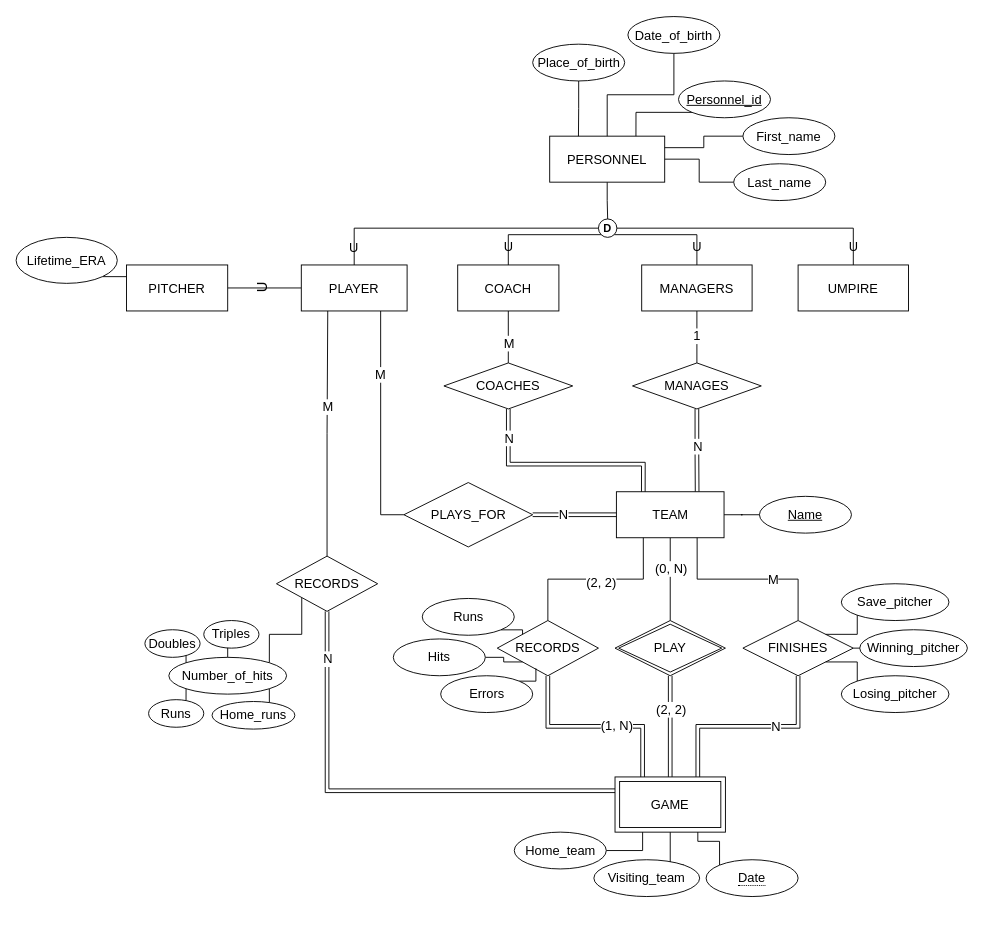
Before: page "4.30" (5 of 5) of Untitled Diagram.drawio in cloudyyoung/cpsc-471, a draw.io diagram. Source tidied: cells renumbered, new cells numbered last; positions are measured from the earlier drawing's top-left corner, leaving out a move shared by most shapes. Both pictures are drawn from the tidied source at 92%, with x=0, y=0 at pixel (16, 17).
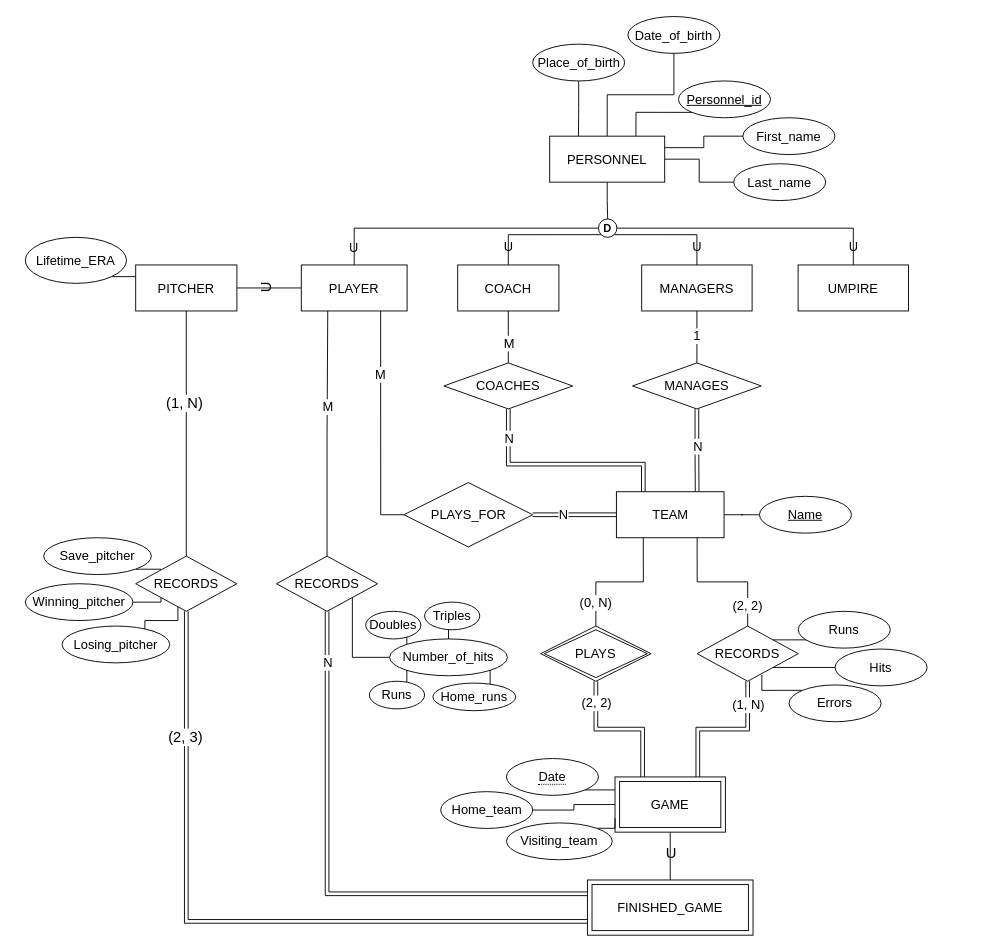
The same diagram, later.

Unchanged cells that the change refers to:
```xml
<mxCell id="33" value="PITCHER" style="whiteSpace=wrap;html=1;align=center;labelBackgroundColor=none;fontSize=14;" parent="32" vertex="1">
  <mxGeometry x="120" y="53.5" width="110" height="50" as="geometry" />
</mxCell>
<mxCell id="37" value="TEAM" style="whiteSpace=wrap;html=1;align=center;labelBackgroundColor=none;fontSize=14;" parent="36" vertex="1">
  <mxGeometry width="117" height="50" as="geometry" />
</mxCell>
<mxCell id="56" value="Number_of_hits" style="ellipse;whiteSpace=wrap;html=1;align=center;labelBackgroundColor=none;fontSize=14;" parent="55" vertex="1">
  <mxGeometry x="26" y="40" width="128" height="40" as="geometry" />
</mxCell>
<mxCell id="67" value="RECORDS" style="rhombus;whiteSpace=wrap;html=1;fontSize=14;" parent="1" vertex="1">
  <mxGeometry x="283" y="586" width="110" height="60" as="geometry" />
</mxCell>
```

Diff of the diagram source:
```diff
@@
-    <mxCell id="24" style="edgeStyle=orthogonalEdgeStyle;rounded=0;jettySize=auto;html=1;fontSize=14;endArrow=none;endFill=0;entryX=0.5;entryY=0;entryDx=0;entryDy=0;" parent="1" edge="1" source="37" target="28">
+    <mxCell id="24" style="edgeStyle=orthogonalEdgeStyle;rounded=0;jettySize=auto;html=1;fontSize=14;endArrow=none;endFill=0;entryX=0.5;entryY=0;entryDx=0;entryDy=0;exitX=0.25;exitY=1;exitDx=0;exitDy=0;" parent="1" edge="1" source="37" target="28">
       <mxGeometry relative="1" as="geometry" />
     </mxCell>
     <mxCell id="25" value="(0, N)" style="edgeLabel;html=1;align=center;verticalAlign=middle;fontSize=14;" parent="24" vertex="1">
       <mxGeometry x="-0.69" relative="1" as="geometry">
-        <mxPoint y="19" as="offset" />
+        <mxPoint x="-52" y="48" as="offset" />
       </mxGeometry>
     </mxCell>
-    <mxCell id="26" style="edgeStyle=orthogonalEdgeStyle;rounded=0;jettySize=auto;html=1;fontSize=14;endArrow=none;endFill=0;shape=link;" parent="1" edge="1" source="83" target="28">
+    <mxCell id="26" style="edgeStyle=orthogonalEdgeStyle;rounded=0;jettySize=auto;html=1;fontSize=14;endArrow=none;endFill=0;shape=link;exitX=0.25;exitY=0;exitDx=0;exitDy=0;" parent="1" edge="1" source="83" target="28">
       <mxGeometry relative="1" as="geometry" />
     </mxCell>
     <mxCell id="27" value="(2, 2)" style="edgeLabel;html=1;align=center;verticalAlign=middle;fontSize=14;" parent="26" vertex="1">
       <mxGeometry x="0.76" y="1" relative="1" as="geometry">
-        <mxPoint x="1" y="23" as="offset" />
+        <mxPoint x="1" y="5" as="offset" />
       </mxGeometry>
     </mxCell>
-    <mxCell id="28" value="PLAY" style="shape=rhombus;double=1;perimeter=rhombusPerimeter;whiteSpace=wrap;html=1;align=center;labelBackgroundColor=none;fontSize=14;" parent="1" vertex="1">
-      <mxGeometry x="651" y="656" width="120" height="60" as="geometry" />
+    <mxCell id="28" value="PLAYS" style="shape=rhombus;double=1;perimeter=rhombusPerimeter;whiteSpace=wrap;html=1;align=center;labelBackgroundColor=none;fontSize=14;" parent="1" vertex="1">
+      <mxGeometry x="570.2" y="662" width="120" height="60" as="geometry" />
     </mxCell>
@@
     <mxCell id="32" style="group;" parent="1" vertex="1">
-      <mxGeometry y="216" width="230" height="80" as="geometry" />
+      <mxGeometry x="10" y="216" width="230" height="80" as="geometry" />
     </mxCell>
@@
-    <mxCell id="54" style="edgeStyle=orthogonalEdgeStyle;rounded=0;jettySize=auto;html=1;exitX=1;exitY=0;exitDx=0;exitDy=0;entryX=0;entryY=1;entryDx=0;entryDy=0;fontSize=14;endArrow=none;endFill=0;" parent="1" edge="1" source="56" target="67">
+    <mxCell id="54" style="edgeStyle=orthogonalEdgeStyle;rounded=0;jettySize=auto;html=1;exitX=0;exitY=0.5;exitDx=0;exitDy=0;entryX=1;entryY=1;entryDx=0;entryDy=0;fontSize=14;endArrow=none;endFill=0;" parent="1" edge="1" source="56" target="67">
       <mxGeometry relative="1" as="geometry" />
     </mxCell>
     <mxCell id="55" style="group;" parent="1" vertex="1">
-      <mxGeometry x="140" y="656" width="163" height="118" as="geometry" />
+      <mxGeometry x="380" y="636" width="163" height="118" as="geometry" />
     </mxCell>
@@
-    <mxCell id="65" style="edgeStyle=orthogonalEdgeStyle;rounded=0;jettySize=auto;html=1;exitX=0.5;exitY=1;exitDx=0;exitDy=0;entryX=0;entryY=0.25;entryDx=0;entryDy=0;fontSize=14;endArrow=none;endFill=0;shape=link;" parent="1" edge="1" source="67" target="83">
+    <mxCell id="65" style="edgeStyle=orthogonalEdgeStyle;rounded=0;jettySize=auto;html=1;exitX=0.5;exitY=1;exitDx=0;exitDy=0;fontSize=14;endArrow=none;endFill=0;shape=link;entryX=0;entryY=0.25;entryDx=0;entryDy=0;" parent="1" edge="1" source="67" target="106">
       <mxGeometry relative="1" as="geometry" />
     </mxCell>
@@
-    <mxCell id="74" style="edgeStyle=orthogonalEdgeStyle;rounded=0;jettySize=auto;html=1;exitX=0.5;exitY=0;exitDx=0;exitDy=0;entryX=0.25;entryY=1;entryDx=0;entryDy=0;fontSize=14;endArrow=none;endFill=0;" parent="1" edge="1" source="91" target="37">
+    <mxCell id="74" style="edgeStyle=orthogonalEdgeStyle;rounded=0;jettySize=auto;html=1;exitX=0.5;exitY=0;exitDx=0;exitDy=0;entryX=0.75;entryY=1;entryDx=0;entryDy=0;fontSize=14;endArrow=none;endFill=0;" parent="1" edge="1" source="91" target="37">
       <mxGeometry relative="1" as="geometry" />
     </mxCell>
     <mxCell id="75" value="(2, 2)" style="edgeLabel;html=1;align=center;verticalAlign=middle;fontSize=14;" parent="74" vertex="1">
       <mxGeometry x="0.23" y="-3" relative="1" as="geometry">
-        <mxPoint x="-17" as="offset" />
+        <mxPoint x="44" y="28" as="offset" />
       </mxGeometry>
     </mxCell>
-    <mxCell id="76" style="edgeStyle=orthogonalEdgeStyle;shape=link;rounded=0;jettySize=auto;html=1;exitX=0.25;exitY=0;exitDx=0;exitDy=0;entryX=0.5;entryY=1;entryDx=0;entryDy=0;fontSize=14;endArrow=none;endFill=0;" parent="1" edge="1" source="83" target="91">
+    <mxCell id="76" style="edgeStyle=orthogonalEdgeStyle;shape=link;rounded=0;jettySize=auto;html=1;exitX=0.75;exitY=0;exitDx=0;exitDy=0;entryX=0.5;entryY=1;entryDx=0;entryDy=0;fontSize=14;endArrow=none;endFill=0;" parent="1" edge="1" source="83" target="91">
       <mxGeometry relative="1" as="geometry" />
     </mxCell>
     <mxCell id="77" value="(1, N)" style="edgeLabel;html=1;align=center;verticalAlign=middle;fontSize=14;" parent="76" vertex="1">
-      <mxGeometry x="-0.21" y="-1" relative="1" as="geometry" />
+      <mxGeometry x="-0.21" y="-1" relative="1" as="geometry">
+        <mxPoint x="44" y="-28" as="offset" />
+      </mxGeometry>
     </mxCell>
-    <mxCell id="78" style="edgeStyle=orthogonalEdgeStyle;rounded=0;jettySize=auto;html=1;exitX=0.75;exitY=0;exitDx=0;exitDy=0;fontSize=14;endArrow=none;endFill=0;entryX=0.5;entryY=1;entryDx=0;entryDy=0;shape=link;" parent="1" edge="1" source="83" target="102">
-      <mxGeometry relative="1" as="geometry" />
-    </mxCell>
-    <mxCell id="79" value="N" style="edgeLabel;html=1;align=center;verticalAlign=middle;fontSize=14;" parent="78" vertex="1">
-      <mxGeometry x="0.27" relative="1" as="geometry" />
-    </mxCell>
-    <mxCell id="80" style="edgeStyle=orthogonalEdgeStyle;rounded=0;jettySize=auto;html=1;exitX=0.5;exitY=0;exitDx=0;exitDy=0;entryX=0.75;entryY=1;entryDx=0;entryDy=0;fontSize=14;endArrow=none;endFill=0;" parent="1" edge="1" source="102" target="37">
-      <mxGeometry relative="1" as="geometry" />
-    </mxCell>
-    <mxCell id="81" value="M" style="edgeLabel;html=1;align=center;verticalAlign=middle;fontSize=14;" parent="80" vertex="1">
-      <mxGeometry x="-0.27" relative="1" as="geometry" />
-    </mxCell>
-    <mxCell id="82" style="group;" parent="1" vertex="1">
-      <mxGeometry x="541.5" y="826" width="308.5" height="130" as="geometry" />
-    </mxCell>
+    <mxCell id="106" value="FINISHED_GAME" style="shape=ext;margin=3;double=1;whiteSpace=wrap;html=1;align=center;labelBackgroundColor=none;fontSize=14;" parent="1" vertex="1">
+      <mxGeometry x="621" y="938" width="180" height="60" as="geometry" />
+    </mxCell>
+    <mxCell id="107" style="edgeStyle=orthogonalEdgeStyle;rounded=0;jettySize=auto;html=1;exitX=0.5;exitY=1;exitDx=0;exitDy=0;entryX=0.5;entryY=0;entryDx=0;entryDy=0;fontSize=14;endArrow=none;endFill=0;" parent="1" edge="1" source="83" target="106">
+      <mxGeometry relative="1" as="geometry" />
+    </mxCell>
+    <mxCell id="108" value="U" style="edgeLabel;html=1;align=center;verticalAlign=middle;fontSize=16;rotation=0;labelBackgroundColor=none;" parent="107" vertex="1">
+      <mxGeometry x="0.19" y="2" relative="1" as="geometry">
+        <mxPoint x="-2" y="-9" as="offset" />
+      </mxGeometry>
+    </mxCell>
-    <mxCell id="83" value="GAME" style="shape=ext;margin=3;double=1;whiteSpace=wrap;html=1;align=center;labelBackgroundColor=none;fontSize=14;" parent="82" vertex="1">
-      <mxGeometry x="109.5" width="120" height="60" as="geometry" />
+    <mxCell id="83" value="GAME" style="shape=ext;margin=3;double=1;whiteSpace=wrap;html=1;align=center;labelBackgroundColor=none;fontSize=14;" parent="1" vertex="1">
+      <mxGeometry x="651" y="826" width="120" height="60" as="geometry" />
     </mxCell>
-    <mxCell id="84" style="edgeStyle=orthogonalEdgeStyle;rounded=0;jettySize=auto;html=1;entryX=0.25;entryY=1;entryDx=0;entryDy=0;fontSize=14;endArrow=none;endFill=0;" parent="82" edge="1" source="85" target="83">
+    <mxCell id="84" style="edgeStyle=orthogonalEdgeStyle;rounded=0;jettySize=auto;html=1;exitX=1;exitY=0.5;exitDx=0;exitDy=0;entryX=0;entryY=0.5;entryDx=0;entryDy=0;fontSize=16;endArrow=none;endFill=0;" parent="1" edge="1" source="85" target="83">
       <mxGeometry relative="1" as="geometry" />
     </mxCell>
-    <mxCell id="85" value="Home_team" style="ellipse;whiteSpace=wrap;html=1;align=center;labelBackgroundColor=none;fontSize=14;" parent="82" vertex="1">
-      <mxGeometry y="60" width="100" height="40" as="geometry" />
+    <mxCell id="85" value="Home_team" style="ellipse;whiteSpace=wrap;html=1;align=center;labelBackgroundColor=none;fontSize=14;" parent="1" vertex="1">
+      <mxGeometry x="461.5" y="842" width="100" height="40" as="geometry" />
     </mxCell>
-    <mxCell id="86" style="edgeStyle=orthogonalEdgeStyle;rounded=0;jettySize=auto;html=1;exitX=1;exitY=0;exitDx=0;exitDy=0;entryX=0.5;entryY=1;entryDx=0;entryDy=0;fontSize=14;endArrow=none;endFill=0;" parent="82" edge="1" source="87" target="83">
+    <mxCell id="86" style="edgeStyle=orthogonalEdgeStyle;rounded=0;jettySize=auto;html=1;exitX=1;exitY=0;exitDx=0;exitDy=0;entryX=0;entryY=0.75;entryDx=0;entryDy=0;fontSize=16;endArrow=none;endFill=0;" parent="1" edge="1" source="87" target="83">
       <mxGeometry relative="1" as="geometry" />
     </mxCell>
-    <mxCell id="87" value="Visiting_team" style="ellipse;whiteSpace=wrap;html=1;align=center;labelBackgroundColor=none;fontSize=14;" parent="82" vertex="1">
-      <mxGeometry x="86.5" y="90" width="115" height="40" as="geometry" />
+    <mxCell id="87" value="Visiting_team" style="ellipse;whiteSpace=wrap;html=1;align=center;labelBackgroundColor=none;fontSize=14;" parent="1" vertex="1">
+      <mxGeometry x="533" y="876" width="115" height="40" as="geometry" />
     </mxCell>
-    <mxCell id="88" style="edgeStyle=orthogonalEdgeStyle;rounded=0;jettySize=auto;html=1;exitX=0;exitY=0;exitDx=0;exitDy=0;entryX=0.75;entryY=1;entryDx=0;entryDy=0;fontSize=14;endArrow=none;endFill=0;" parent="82" edge="1" source="89" target="83">
-      <mxGeometry x="109.5" y="-40" as="geometry" />
+    <mxCell id="88" style="edgeStyle=orthogonalEdgeStyle;rounded=0;jettySize=auto;html=1;exitX=1;exitY=1;exitDx=0;exitDy=0;entryX=0;entryY=0.25;entryDx=0;entryDy=0;fontSize=16;endArrow=none;endFill=0;" parent="1" edge="1" source="89" target="83">
+      <mxGeometry relative="1" as="geometry" />
     </mxCell>
-    <mxCell id="89" value="&lt;span style=&quot;border-bottom: 1px dotted&quot;&gt;Date&lt;/span&gt;" style="ellipse;whiteSpace=wrap;html=1;align=center;labelBackgroundColor=none;fontSize=14;" parent="82" vertex="1">
-      <mxGeometry x="208.5" y="90" width="100" height="40" as="geometry" />
+    <mxCell id="89" value="&lt;span style=&quot;border-bottom: 1px dotted&quot;&gt;Date&lt;/span&gt;" style="ellipse;whiteSpace=wrap;html=1;align=center;labelBackgroundColor=none;fontSize=14;" parent="1" vertex="1">
+      <mxGeometry x="533" y="806" width="100" height="40" as="geometry" />
     </mxCell>
-    <mxCell id="90" style="group;" parent="1" vertex="1">
-      <mxGeometry x="410" y="632" width="223" height="124" as="geometry" />
-    </mxCell>
+    <mxCell id="109" style="edgeStyle=orthogonalEdgeStyle;rounded=0;jettySize=auto;html=1;exitX=1;exitY=0.5;exitDx=0;exitDy=0;entryX=0;entryY=1;entryDx=0;entryDy=0;fontSize=16;endArrow=none;endFill=0;" parent="1" edge="1" source="99" target="115">
+      <mxGeometry relative="1" as="geometry" />
+    </mxCell>
+    <mxCell id="99" value="Winning_pitcher" style="ellipse;whiteSpace=wrap;html=1;align=center;labelBackgroundColor=none;fontSize=14;" parent="1" vertex="1">
+      <mxGeometry x="10" y="616" width="117" height="40" as="geometry" />
+    </mxCell>
+    <mxCell id="110" style="edgeStyle=orthogonalEdgeStyle;rounded=0;jettySize=auto;html=1;exitX=1;exitY=0;exitDx=0;exitDy=0;entryX=0.417;entryY=0.894;entryDx=0;entryDy=0;entryPerimeter=0;fontSize=16;endArrow=none;endFill=0;" parent="1" edge="1" source="100" target="115">
+      <mxGeometry relative="1" as="geometry">
+        <Array as="points">
+          <mxPoint x="140" y="656" />
+          <mxPoint x="176" y="656" />
+        </Array>
+      </mxGeometry>
+    </mxCell>
+    <mxCell id="100" value="Losing_pitcher" style="ellipse;whiteSpace=wrap;html=1;align=center;labelBackgroundColor=none;fontSize=14;" parent="1" vertex="1">
+      <mxGeometry x="50" y="662" width="117" height="40" as="geometry" />
+    </mxCell>
+    <mxCell id="111" style="edgeStyle=orthogonalEdgeStyle;rounded=0;jettySize=auto;html=1;exitX=1;exitY=1;exitDx=0;exitDy=0;entryX=0;entryY=0;entryDx=0;entryDy=0;fontSize=16;endArrow=none;endFill=0;" parent="1" edge="1" source="101" target="115">
+      <mxGeometry relative="1" as="geometry" />
+    </mxCell>
+    <mxCell id="101" value="Save_pitcher" style="ellipse;whiteSpace=wrap;html=1;align=center;labelBackgroundColor=none;fontSize=14;" parent="1" vertex="1">
+      <mxGeometry x="30" y="566" width="117" height="40" as="geometry" />
+    </mxCell>
+    <mxCell id="112" style="group;" parent="1" vertex="1">
+      <mxGeometry x="740.2" y="646" width="250" height="120" as="geometry" />
+    </mxCell>
-    <mxCell id="91" value="RECORDS" style="rhombus;whiteSpace=wrap;html=1;fontSize=14;" parent="90" vertex="1">
-      <mxGeometry x="113" y="24" width="110" height="60" as="geometry" />
+    <mxCell id="91" value="RECORDS" style="rhombus;whiteSpace=wrap;html=1;fontSize=14;" parent="112" vertex="1">
+      <mxGeometry y="16" width="110" height="60" as="geometry" />
     </mxCell>
-    <mxCell id="92" style="edgeStyle=orthogonalEdgeStyle;rounded=0;jettySize=auto;html=1;exitX=1;exitY=1;exitDx=0;exitDy=0;entryX=0;entryY=0;entryDx=0;entryDy=0;fontSize=14;endArrow=none;endFill=0;" parent="90" edge="1" source="93" target="91">
-      <mxGeometry relative="1" as="geometry" />
+    <mxCell id="92" style="edgeStyle=orthogonalEdgeStyle;rounded=0;jettySize=auto;html=1;exitX=0;exitY=1;exitDx=0;exitDy=0;entryX=1;entryY=0;entryDx=0;entryDy=0;fontSize=16;endArrow=none;endFill=0;" parent="112" edge="1" source="93" target="91">
+      <mxGeometry relative="1" as="geometry">
+        <Array as="points">
+          <mxPoint x="125" y="31" />
+        </Array>
+      </mxGeometry>
     </mxCell>
-    <mxCell id="93" value="Runs" style="ellipse;whiteSpace=wrap;html=1;align=center;labelBackgroundColor=none;fontSize=14;" parent="90" vertex="1">
-      <mxGeometry x="31.5" width="100" height="40" as="geometry" />
+    <mxCell id="93" value="Runs" style="ellipse;whiteSpace=wrap;html=1;align=center;labelBackgroundColor=none;fontSize=14;" parent="112" vertex="1">
+      <mxGeometry x="110" width="100" height="40" as="geometry" />
     </mxCell>
-    <mxCell id="94" style="edgeStyle=orthogonalEdgeStyle;rounded=0;jettySize=auto;html=1;exitX=1;exitY=0.5;exitDx=0;exitDy=0;entryX=0;entryY=1;entryDx=0;entryDy=0;fontSize=14;endArrow=none;endFill=0;" parent="90" edge="1" source="95" target="91">
+    <mxCell id="94" style="edgeStyle=orthogonalEdgeStyle;rounded=0;jettySize=auto;html=1;entryX=1;entryY=1;entryDx=0;entryDy=0;fontSize=16;endArrow=none;endFill=0;" parent="112" edge="1" source="95" target="91">
       <mxGeometry relative="1" as="geometry" />
     </mxCell>
-    <mxCell id="95" value="Hits" style="ellipse;whiteSpace=wrap;html=1;align=center;labelBackgroundColor=none;fontSize=14;" parent="90" vertex="1">
-      <mxGeometry y="44" width="100" height="40" as="geometry" />
+    <mxCell id="95" value="Hits" style="ellipse;whiteSpace=wrap;html=1;align=center;labelBackgroundColor=none;fontSize=14;" parent="112" vertex="1">
+      <mxGeometry x="150" y="41" width="100" height="40" as="geometry" />
     </mxCell>
-    <mxCell id="96" style="edgeStyle=orthogonalEdgeStyle;rounded=0;jettySize=auto;html=1;exitX=1;exitY=0;exitDx=0;exitDy=0;entryX=0.382;entryY=0.867;entryDx=0;entryDy=0;entryPerimeter=0;fontSize=14;endArrow=none;endFill=0;" parent="90" edge="1" source="97" target="91">
-      <mxGeometry relative="1" as="geometry" />
+    <mxCell id="96" style="edgeStyle=orthogonalEdgeStyle;rounded=0;jettySize=auto;html=1;exitX=0;exitY=0;exitDx=0;exitDy=0;entryX=0.64;entryY=0.886;entryDx=0;entryDy=0;entryPerimeter=0;fontSize=16;endArrow=none;endFill=0;" parent="112" edge="1" source="97" target="91">
+      <mxGeometry relative="1" as="geometry">
+        <Array as="points">
+          <mxPoint x="70" y="86" />
+        </Array>
+      </mxGeometry>
     </mxCell>
-    <mxCell id="97" value="Errors" style="ellipse;whiteSpace=wrap;html=1;align=center;labelBackgroundColor=none;fontSize=14;" parent="90" vertex="1">
-      <mxGeometry x="51.5" y="84" width="100" height="40" as="geometry" />
+    <mxCell id="97" value="Errors" style="ellipse;whiteSpace=wrap;html=1;align=center;labelBackgroundColor=none;fontSize=14;" parent="112" vertex="1">
+      <mxGeometry x="100" y="80" width="100" height="40" as="geometry" />
     </mxCell>
-    <mxCell id="98" style="group;" parent="1" vertex="1">
-      <mxGeometry x="790" y="616" width="244" height="140" as="geometry" />
-    </mxCell>
-    <mxCell id="99" value="Winning_pitcher" style="ellipse;whiteSpace=wrap;html=1;align=center;labelBackgroundColor=none;fontSize=14;" parent="98" vertex="1">
-      <mxGeometry x="127" y="50" width="117" height="40" as="geometry" />
-    </mxCell>
-    <mxCell id="100" value="Losing_pitcher" style="ellipse;whiteSpace=wrap;html=1;align=center;labelBackgroundColor=none;fontSize=14;" parent="98" vertex="1">
-      <mxGeometry x="107" y="100" width="117" height="40" as="geometry" />
-    </mxCell>
-    <mxCell id="101" value="Save_pitcher" style="ellipse;whiteSpace=wrap;html=1;align=center;labelBackgroundColor=none;fontSize=14;" parent="98" vertex="1">
-      <mxGeometry x="107" width="117" height="40" as="geometry" />
-    </mxCell>
-    <mxCell id="102" value="FINISHES" style="shape=rhombus;perimeter=rhombusPerimeter;whiteSpace=wrap;html=1;align=center;labelBackgroundColor=none;fontSize=14;" parent="98" vertex="1">
-      <mxGeometry y="40" width="120" height="60" as="geometry" />
-    </mxCell>
-    <mxCell id="103" style="edgeStyle=orthogonalEdgeStyle;rounded=0;jettySize=auto;html=1;fontSize=14;endArrow=none;endFill=0;" parent="98" edge="1" source="99" target="102">
-      <mxGeometry relative="1" as="geometry">
-        <Array as="points">
-          <mxPoint x="130" y="70" />
-          <mxPoint x="130" y="70" />
-        </Array>
-      </mxGeometry>
-    </mxCell>
-    <mxCell id="104" style="edgeStyle=orthogonalEdgeStyle;rounded=0;jettySize=auto;html=1;exitX=0;exitY=0;exitDx=0;exitDy=0;entryX=1;entryY=1;entryDx=0;entryDy=0;fontSize=14;endArrow=none;endFill=0;" parent="98" edge="1" source="100" target="102">
-      <mxGeometry relative="1" as="geometry">
-        <Array as="points">
-          <mxPoint x="124" y="85" />
-        </Array>
-      </mxGeometry>
-    </mxCell>
-    <mxCell id="105" style="edgeStyle=orthogonalEdgeStyle;rounded=0;jettySize=auto;html=1;exitX=0;exitY=1;exitDx=0;exitDy=0;entryX=1;entryY=0;entryDx=0;entryDy=0;fontSize=14;endArrow=none;endFill=0;" parent="98" edge="1" source="101" target="102">
-      <mxGeometry relative="1" as="geometry">
-        <Array as="points">
-          <mxPoint x="124" y="55" />
-        </Array>
-      </mxGeometry>
-    </mxCell>
+    <mxCell id="113" style="edgeStyle=orthogonalEdgeStyle;rounded=0;jettySize=auto;html=1;exitX=0.5;exitY=1;exitDx=0;exitDy=0;entryX=0;entryY=0.75;entryDx=0;entryDy=0;fontSize=16;endArrow=none;endFill=0;shape=link;" parent="1" edge="1" source="115" target="106">
+      <mxGeometry relative="1" as="geometry" />
+    </mxCell>
+    <mxCell id="114" value="(2, 3)" style="edgeLabel;html=1;align=center;verticalAlign=middle;fontSize=16;" parent="113" vertex="1">
+      <mxGeometry x="-0.65" y="-2" relative="1" as="geometry">
+        <mxPoint y="1" as="offset" />
+      </mxGeometry>
+    </mxCell>
+    <mxCell id="115" value="RECORDS" style="rhombus;whiteSpace=wrap;html=1;fontSize=14;" parent="1" vertex="1">
+      <mxGeometry x="130" y="586" width="110" height="60" as="geometry" />
+    </mxCell>
+    <mxCell id="116" style="edgeStyle=orthogonalEdgeStyle;rounded=0;jettySize=auto;html=1;exitX=0.5;exitY=1;exitDx=0;exitDy=0;entryX=0.5;entryY=0;entryDx=0;entryDy=0;fontSize=16;endArrow=none;endFill=0;" parent="1" edge="1" source="33" target="115">
+      <mxGeometry relative="1" as="geometry" />
+    </mxCell>
+    <mxCell id="117" value="(1, N)" style="edgeLabel;html=1;align=center;verticalAlign=middle;fontSize=16;" parent="116" vertex="1">
+      <mxGeometry x="-0.25" y="-3" relative="1" as="geometry" />
+    </mxCell>
```
